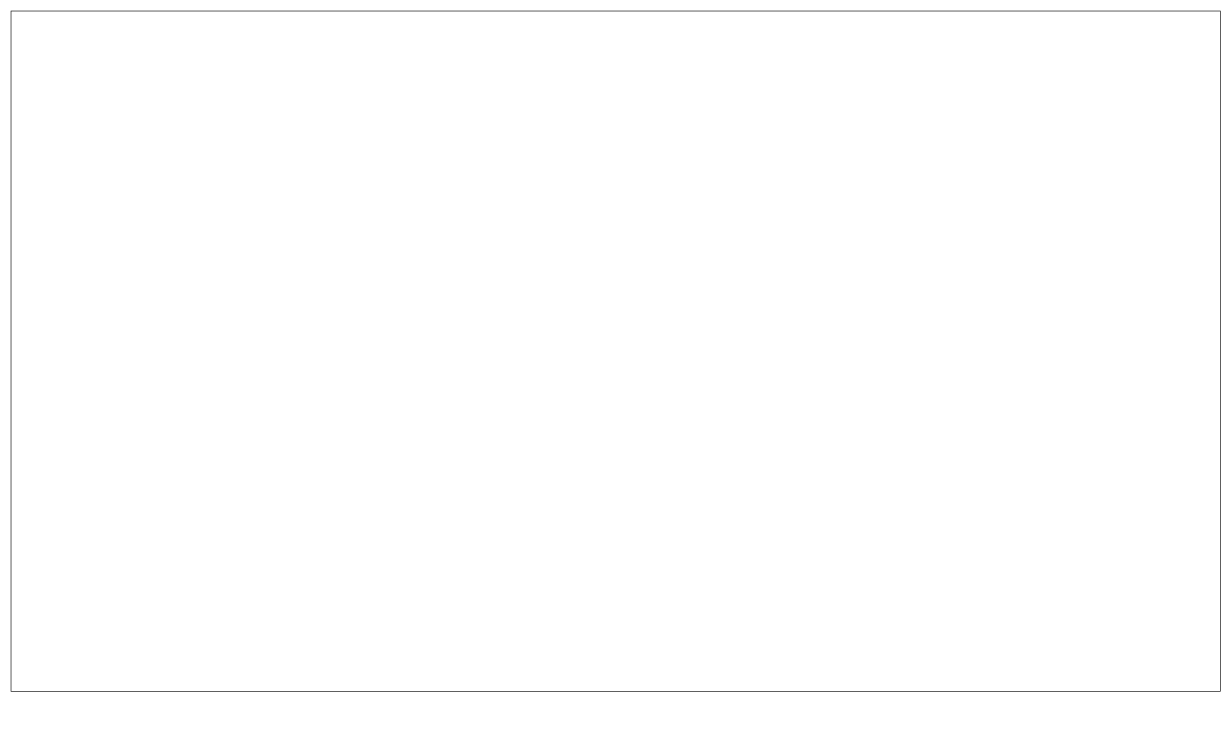
This is Página-Inicio.drawio from Gusso474/Proyecto-Personal, a draw.io file, before an edit. Source tidied: cells renumbered, new cells numbered last; positions are measured from the earlier drawing's top-left corner, leaving out a move shared by most shapes. Both pictures are drawn from the tidied source at 63%, with x=0, y=0 at pixel (11, 11).
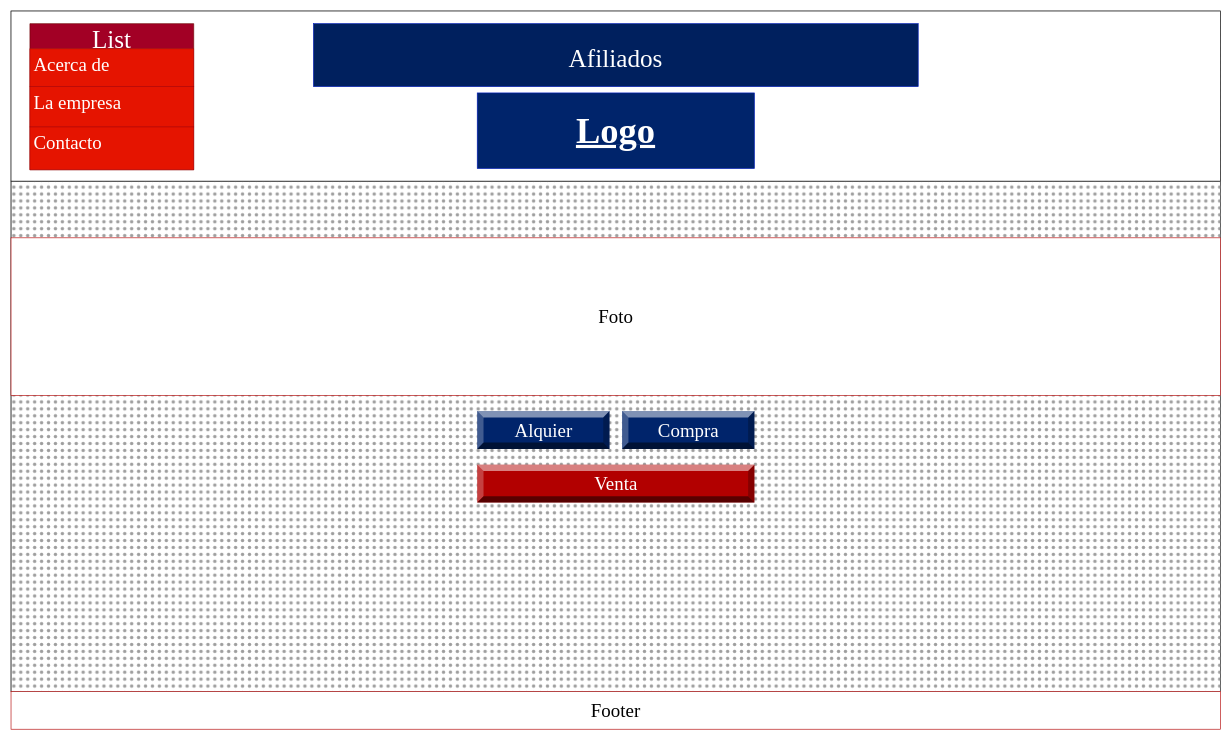
Above is the later version.

Change to the diagram source:
```diff
@@
 <mxGraphModel background="#ffffff">
   <root>
     <mxCell id="0" />
     <mxCell id="1" parent="0" />
+    <mxCell id="3" style="rounded=0;whiteSpace=wrap;html=1;shadow=0;glass=0;sketch=0;fillStyle=solid;strokeColor=default;fontFamily=Times New Roman;fontSize=30;fillColor=default;gradientColor=none;gradientDirection=north;" parent="1" vertex="1">
+      <mxGeometry y="270" width="1920" height="810" as="geometry" />
+    </mxCell>
-    <mxCell id="2" style="rounded=0;whiteSpace=wrap;html=1;" parent="1" vertex="1">
+    <mxCell id="2" style="rounded=0;whiteSpace=wrap;html=1;fillColor=#9E9E9E;strokeColor=#666666;gradientColor=none;gradientDirection=north;glass=0;shadow=0;sketch=0;fillStyle=dots;" parent="1" vertex="1">
       <mxGeometry width="1920" height="1080" as="geometry" />
     </mxCell>
+    <mxCell id="4" style="rounded=0;whiteSpace=wrap;html=1;shadow=0;glass=0;sketch=0;fontFamily=Times New Roman;fontSize=30;gradientDirection=north;" parent="1" vertex="1">
+      <mxGeometry width="1920" height="270" as="geometry" />
+    </mxCell>
+    <mxCell id="5" value="&lt;h1 style=&quot;font-size: 58px;&quot; align=&quot;justify&quot;&gt;&lt;u&gt;&lt;font face=&quot;Times New Roman&quot;&gt;Logo&lt;/font&gt;&lt;br&gt;&lt;/u&gt;&lt;/h1&gt;" style="rounded=0;whiteSpace=wrap;html=1;fillColor=#00246B;fontColor=#ffffff;strokeColor=#001DBC;gradientColor=none;" parent="1" vertex="1">
+      <mxGeometry x="740" y="130" width="440" height="120" as="geometry" />
+    </mxCell>
+    <mxCell id="6" value="&lt;font style=&quot;font-size: 40px;&quot;&gt;Afiliados&lt;/font&gt;" style="rounded=0;whiteSpace=wrap;html=1;fontFamily=Times New Roman;fontSize=58;fillColor=#00205E;fontColor=#ffffff;strokeColor=#001DBC;gradientColor=none;" parent="1" vertex="1">
+      <mxGeometry x="480" y="20" width="960" height="100" as="geometry" />
+    </mxCell>
+    <mxCell id="7" value="List" style="swimlane;fontStyle=0;horizontal=1;startSize=40;fillColor=#a20025;fontFamily=Times New Roman;fontSize=40;strokeColor=#6F0000;fontColor=#ffffff;" parent="1" vertex="1">
+      <mxGeometry x="30" y="20" width="260" height="232" as="geometry" />
+    </mxCell>
+    <mxCell id="8" value="Acerca de" style="text;strokeColor=#B20000;fillColor=#e51400;align=left;verticalAlign=top;spacingLeft=4;spacingRight=4;overflow=hidden;fontFamily=Times New Roman;fontSize=30;fontColor=#ffffff;" parent="7" vertex="1">
+      <mxGeometry y="40" width="260" height="60" as="geometry" />
+    </mxCell>
+    <mxCell id="9" value="La empresa" style="text;strokeColor=#B20000;fillColor=#e51400;align=left;verticalAlign=top;spacingLeft=4;spacingRight=4;overflow=hidden;fontFamily=Times New Roman;fontSize=30;fontColor=#ffffff;gradientColor=none;shadow=0;" parent="7" vertex="1">
+      <mxGeometry y="100" width="260" height="64" as="geometry" />
+    </mxCell>
+    <mxCell id="10" value="Contacto" style="text;strokeColor=#B20000;fillColor=#e51400;align=left;verticalAlign=top;spacingLeft=4;spacingRight=4;overflow=hidden;fontFamily=Times New Roman;fontSize=30;fontColor=#ffffff;gradientColor=none;" parent="7" vertex="1">
+      <mxGeometry y="164" width="260" height="68" as="geometry" />
+    </mxCell>
+    <mxCell id="11" value="Alquier" style="labelPosition=center;verticalLabelPosition=middle;align=center;html=1;shape=mxgraph.basic.shaded_button;dx=10;fillColor=#00246B;strokeColor=#6F0000;rounded=0;shadow=0;glass=0;sketch=0;fillStyle=solid;fontFamily=Times New Roman;fontSize=30;fontColor=#ffffff;" parent="1" vertex="1">
+      <mxGeometry x="740" y="635" width="210" height="60" as="geometry" />
+    </mxCell>
+    <mxCell id="12" value="Compra" style="labelPosition=center;verticalLabelPosition=middle;align=center;html=1;shape=mxgraph.basic.shaded_button;dx=10;fillColor=#00246B;strokeColor=#6F0000;rounded=0;shadow=0;glass=0;sketch=0;fillStyle=solid;fontFamily=Times New Roman;fontSize=30;fontColor=#ffffff;" parent="1" vertex="1">
+      <mxGeometry x="970" y="635" width="210" height="60" as="geometry" />
+    </mxCell>
+    <mxCell id="13" value="Venta" style="labelPosition=center;verticalLabelPosition=middle;align=center;html=1;shape=mxgraph.basic.shaded_button;dx=10;fillColor=#B20000;strokeColor=#6F0000;rounded=0;shadow=0;glass=0;sketch=0;fillStyle=solid;fontFamily=Times New Roman;fontSize=30;fontColor=#ffffff;" parent="1" vertex="1">
+      <mxGeometry x="740" y="720" width="440" height="60" as="geometry" />
+    </mxCell>
+    <mxCell id="14" value="Foto" style="rounded=0;whiteSpace=wrap;html=1;shadow=0;glass=0;sketch=0;fillStyle=auto;strokeColor=#B20000;fontFamily=Times New Roman;fontSize=30;fillColor=default;gradientColor=none;gradientDirection=south;" parent="1" vertex="1">
+      <mxGeometry y="360" width="1920" height="250" as="geometry" />
+    </mxCell>
+    <mxCell id="15" value="&lt;div&gt;Footer&lt;/div&gt;" style="rounded=0;whiteSpace=wrap;html=1;shadow=0;glass=0;sketch=0;fillStyle=auto;strokeColor=#B20000;fontFamily=Times New Roman;fontSize=30;fillColor=default;gradientColor=none;gradientDirection=south;" parent="1" vertex="1">
+      <mxGeometry y="1080" width="1920" height="60" as="geometry" />
+    </mxCell>
   </root>
 </mxGraphModel>
```
